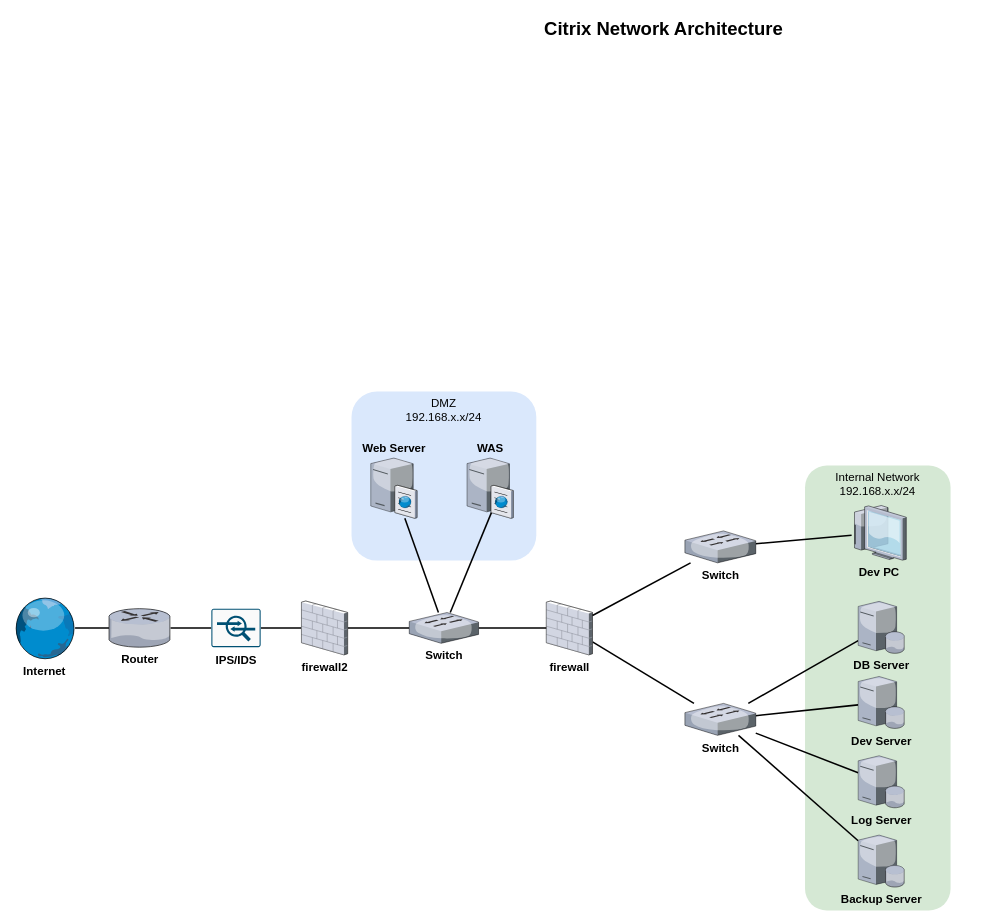
The draw.io diagram 제목 없는 다이어그램.drawio in LILILI11/Diagram, before the edit. Source tidied: cells renumbered, new cells numbered last; positions are measured from the earlier drawing's top-left corner, leaving out a move shared by most shapes. Both pictures are drawn from the tidied source at 77%, with x=0, y=0 at pixel (13, 13).
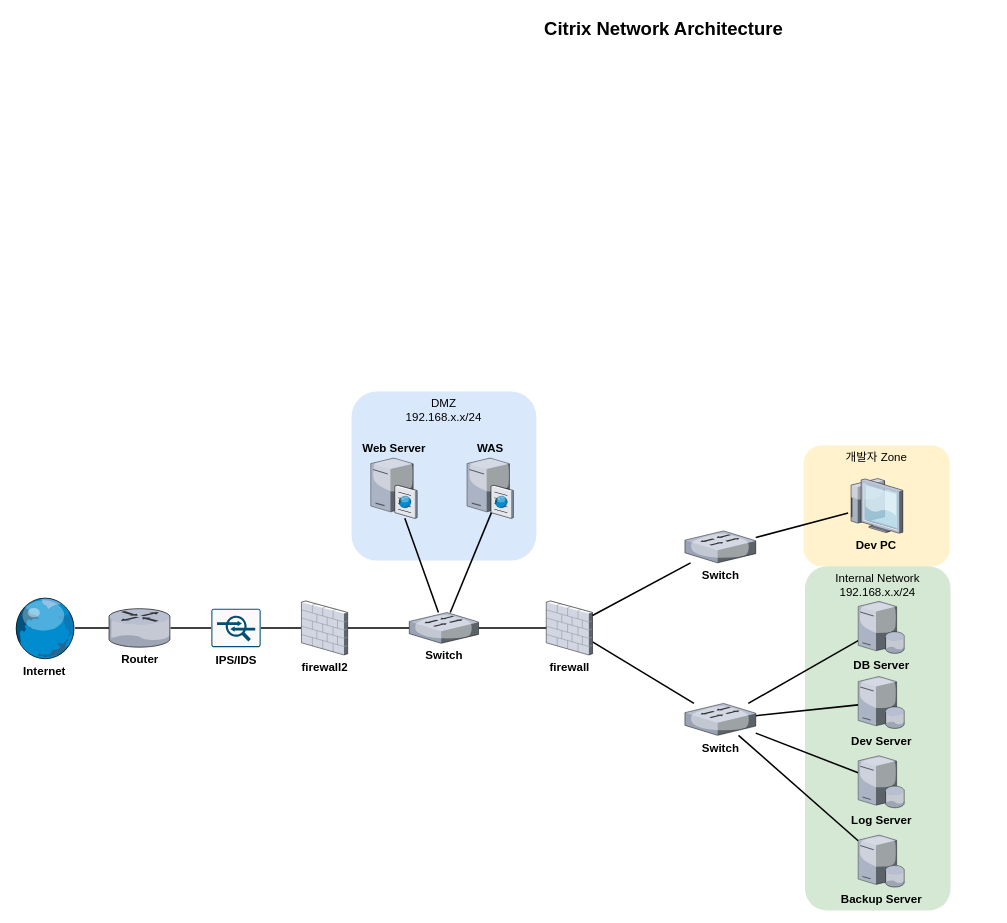
Above is the later version.

Commit message:
제목 없는 다이어그램.drawio 업데이트

Change to the diagram source:
```diff
@@
+    <mxCell id="34" value="개발자 Zone" style="rounded=1;whiteSpace=wrap;html=1;fontSize=15;fillColor=#fff2cc;strokeColor=none;verticalAlign=top;" parent="1" vertex="1">
+      <mxGeometry x="1026" y="561" width="190" height="157" as="geometry" />
+    </mxCell>
@@
     <mxCell id="3" value="Internal Network&lt;br&gt;192.168.x.x/24" style="whiteSpace=wrap;html=1;fillColor=#d5e8d4;fontSize=15;strokeColor=none;verticalAlign=top;rounded=1;" parent="1" vertex="1">
-      <mxGeometry x="1028" y="587" width="189" height="578" as="geometry" />
+      <mxGeometry x="1028" y="718" width="189" height="447" as="geometry" />
     </mxCell>
@@
     <mxCell id="28" value="Dev PC" style="verticalLabelPosition=bottom;sketch=0;html=1;verticalAlign=top;strokeColor=none;align=center;outlineConnect=0;shape=mxgraph.citrix.thin_client;fontSize=15;fontStyle=1;" parent="1" vertex="1">
-      <mxGeometry x="1088.5" y="639" width="71" height="71" as="geometry" />
+      <mxGeometry x="1084" y="604" width="71" height="71" as="geometry" />
     </mxCell>
```
